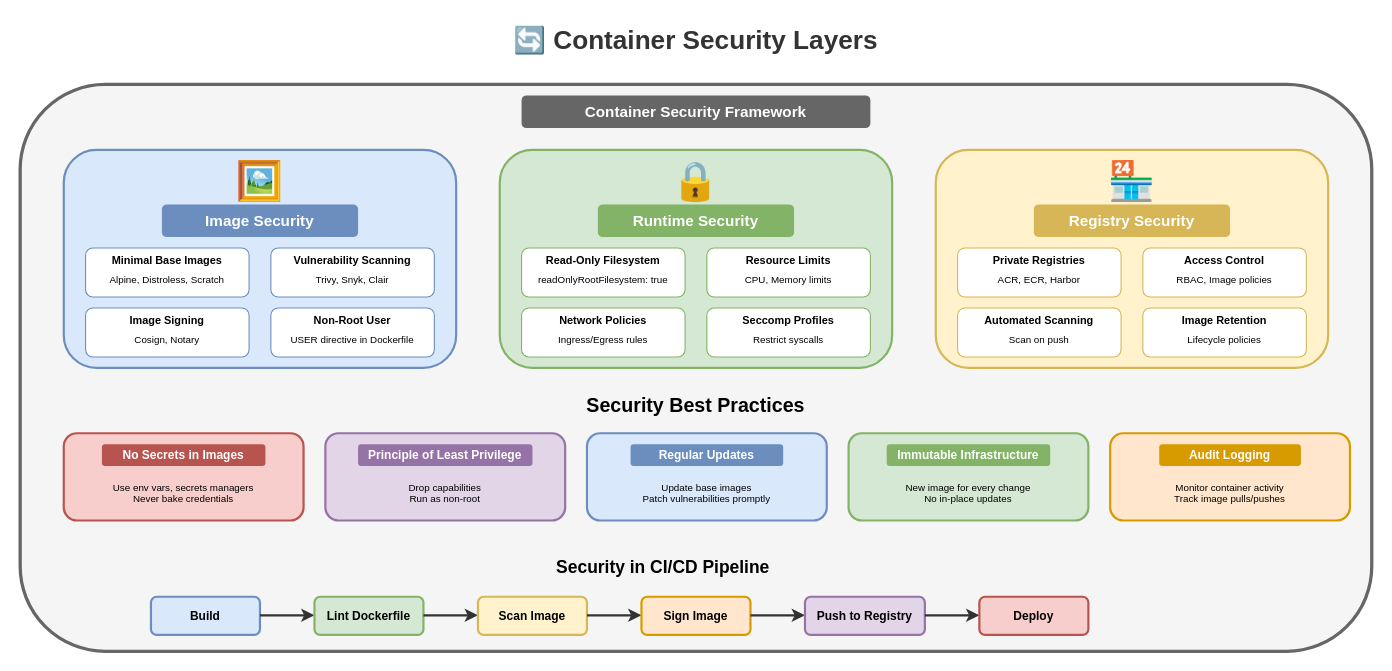
MrParkerZ7/document-lesson-software-architect-x-claude keeps this draw.io diagram as lesson-05-devops-platform-engineering/diagrams/4.2-container-security-layers.drawio. Above is the earlier version. Source tidied: cells renumbered, new cells numbered last; positions are measured from the earlier drawing's top-left corner, leaving out a move shared by most shapes. Both pictures are drawn from the tidied source at 109%, with x=0, y=0 at pixel (20, 19).
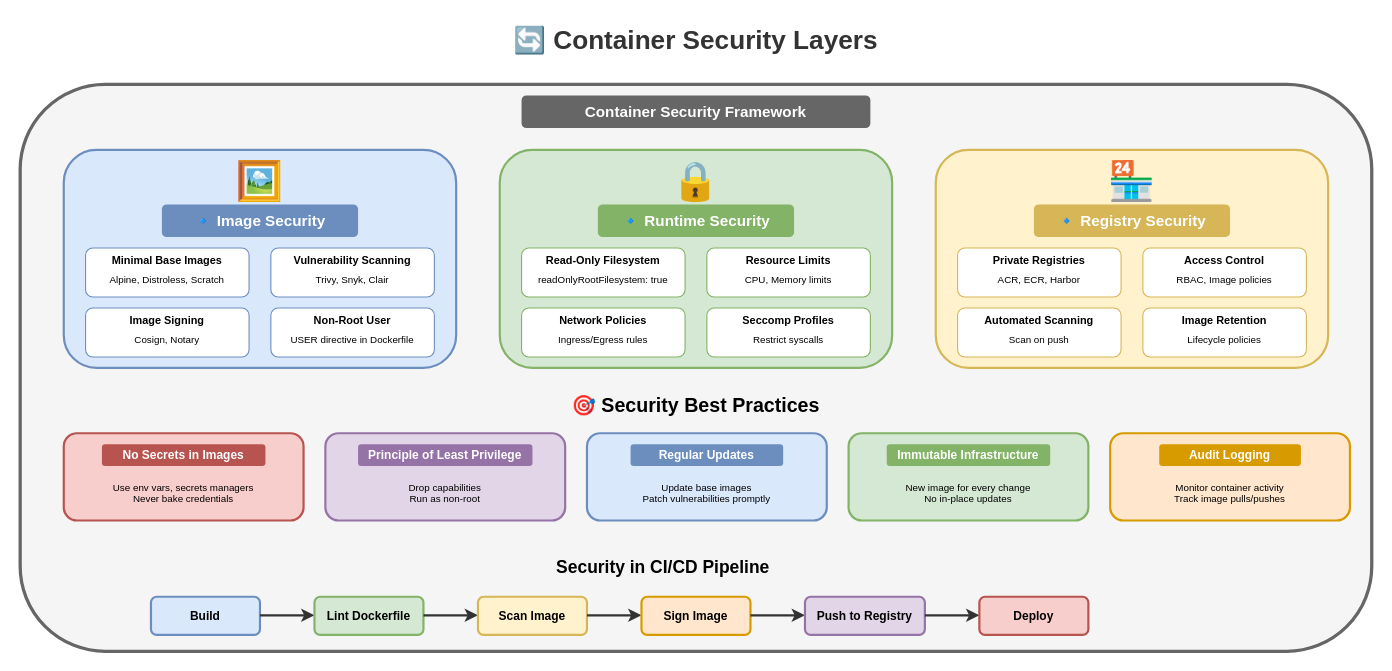
After the change.

Diff of the diagram source:
```diff
@@
-    <mxCell id="7" value="Image Security" style="text;html=1;strokeColor=none;fillColor=#6c8ebf;align=center;verticalAlign=middle;whiteSpace=wrap;rounded=1;fontSize=14;fontStyle=1;fontColor=#ffffff;" parent="1" vertex="1">
+    <mxCell id="7" value="🔹 Image Security" style="text;html=1;strokeColor=none;fillColor=#6c8ebf;align=center;verticalAlign=middle;whiteSpace=wrap;rounded=1;fontSize=14;fontStyle=1;fontColor=#ffffff;" parent="1" vertex="1">
       <mxGeometry x="130" y="170" width="180" height="30" as="geometry" />
     </mxCell>
@@
-    <mxCell id="22" value="Runtime Security" style="text;html=1;strokeColor=none;fillColor=#82b366;align=center;verticalAlign=middle;whiteSpace=wrap;rounded=1;fontSize=14;fontStyle=1;fontColor=#ffffff;" parent="1" vertex="1">
+    <mxCell id="22" value="🔹 Runtime Security" style="text;html=1;strokeColor=none;fillColor=#82b366;align=center;verticalAlign=middle;whiteSpace=wrap;rounded=1;fontSize=14;fontStyle=1;fontColor=#ffffff;" parent="1" vertex="1">
       <mxGeometry x="530" y="170" width="180" height="30" as="geometry" />
     </mxCell>
@@
-    <mxCell id="37" value="Registry Security" style="text;html=1;strokeColor=none;fillColor=#d6b656;align=center;verticalAlign=middle;whiteSpace=wrap;rounded=1;fontSize=14;fontStyle=1;fontColor=#ffffff;" parent="1" vertex="1">
+    <mxCell id="37" value="🔹 Registry Security" style="text;html=1;strokeColor=none;fillColor=#d6b656;align=center;verticalAlign=middle;whiteSpace=wrap;rounded=1;fontSize=14;fontStyle=1;fontColor=#ffffff;" parent="1" vertex="1">
       <mxGeometry x="930" y="170" width="180" height="30" as="geometry" />
     </mxCell>
@@
-    <mxCell id="50" value="Security Best Practices" style="text;html=1;strokeColor=none;fillColor=none;align=center;verticalAlign=middle;whiteSpace=wrap;rounded=0;fontSize=18;fontStyle=1;" parent="1" vertex="1">
+    <mxCell id="50" value="🎯 Security Best Practices" style="text;html=1;strokeColor=none;fillColor=none;align=center;verticalAlign=middle;whiteSpace=wrap;rounded=0;fontSize=18;fontStyle=1;" parent="1" vertex="1">
       <mxGeometry x="470" y="340" width="300" height="30" as="geometry" />
     </mxCell>
```
